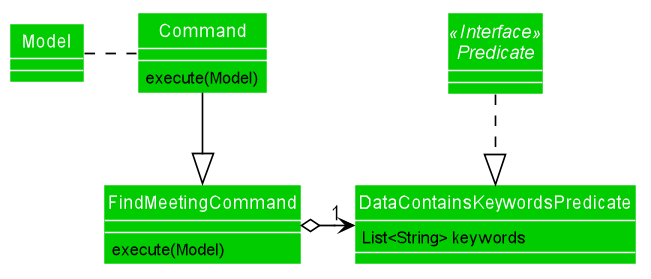
Earlier version of the PlantUML export docs/images/FindMeetingClassDiagram.png (zhaohuanqdcn/tp).
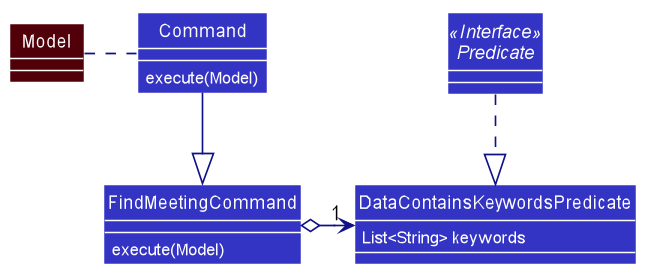
Later version of the same file.

Commit message:
Update colours to match consistency

Change to the diagram source:
```diff
@@ -49,10 +49,9 @@
 hide circle
 show members
 skinparam arrowThickness 1.1
-skinparam arrowColor #000000
-skinparam classBackgroundColor #00CC00
-skinparam classAttributeIconSize 0
-
+skinparam arrowColor #101086
+skinparam classBackgroundColor #3333C4
+skinparam classAttributeFontColor #FFFFFF
 Interface Predicate <<Interface>>
 
 Class Command {
@@ -62,7 +61,7 @@
     {field} List<String> keywords
 }
 Class FindMeetingCommand
-Class Model
+Class Model #51000A
 
 FindMeetingCommand : execute(Model)
 
```
